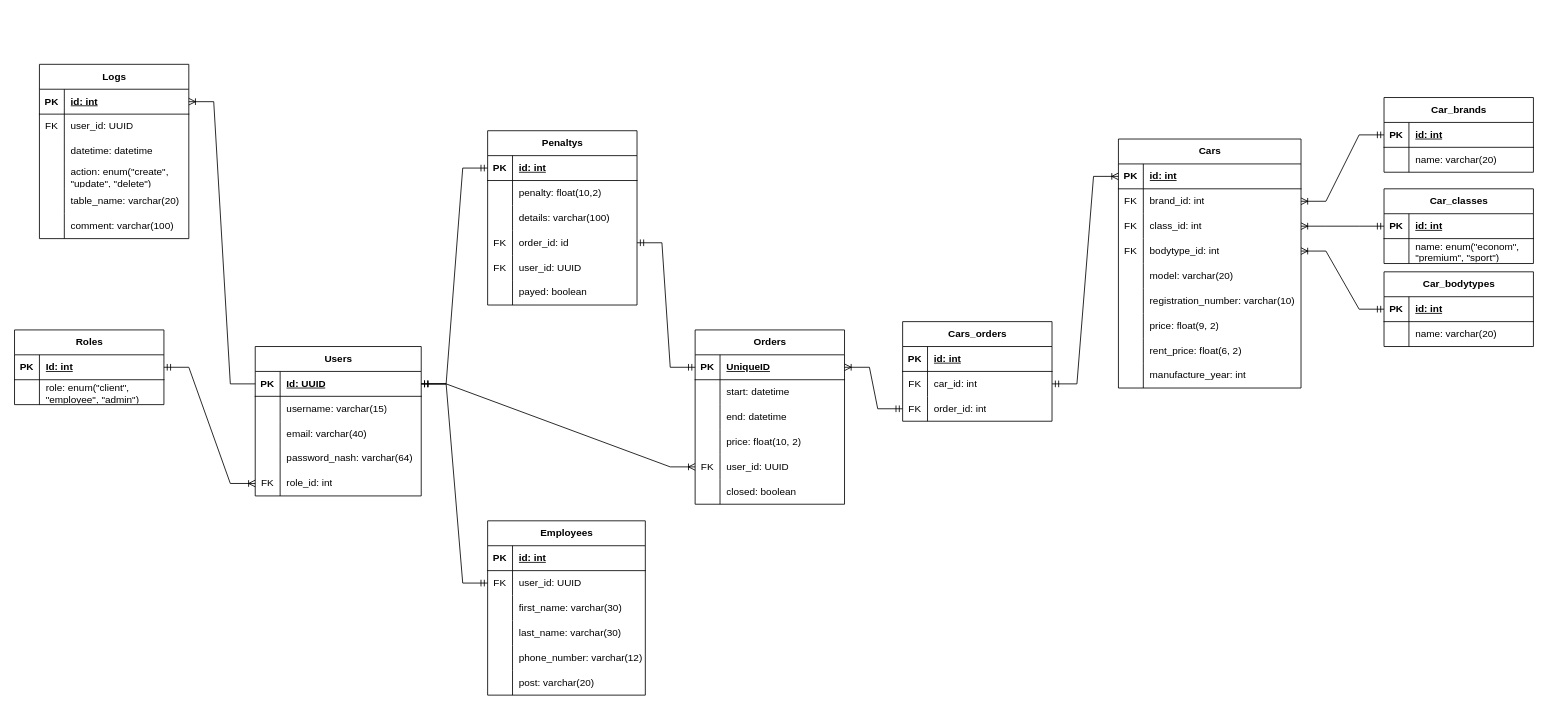
Above: DB.drawio in LoneXDii/DB-labs (draw.io), before the change. Source tidied: cells renumbered, new cells numbered last; positions are measured from the earlier drawing's top-left corner, leaving out a move shared by most shapes. Both pictures are drawn from the tidied source at 83%, with x=0, y=0 at pixel (14, 64).
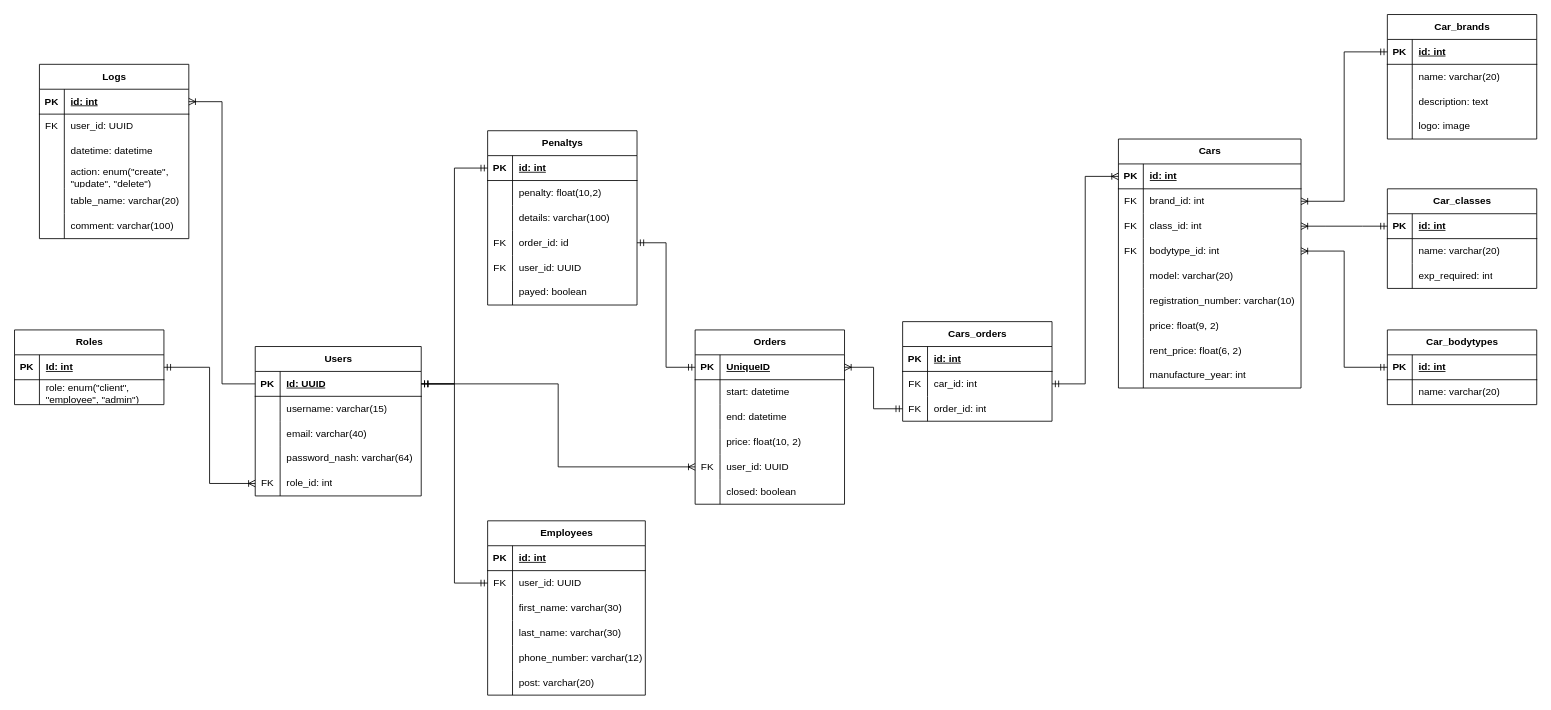
Above is the later version.

Unchanged cells that the change refers to:
```xml
<mxCell id="3" style="shape=tableRow;horizontal=0;startSize=0;swimlaneHead=0;swimlaneBody=0;fillColor=none;points=[[0,0.5],[1,0.5]];portConstraint=eastwest;top=0;left=0;right=0;bottom=1;" parent="2" vertex="1">
  <mxGeometry y="30" width="200" height="30" as="geometry" />
</mxCell>
<mxCell id="15" style="shape=tableRow;horizontal=0;startSize=0;swimlaneHead=0;swimlaneBody=0;fillColor=none;points=[[0,0.5],[1,0.5]];portConstraint=eastwest;top=0;left=0;right=0;bottom=0;" parent="2" vertex="1">
  <mxGeometry y="150" width="200" height="30" as="geometry" />
</mxCell>
<mxCell id="19" style="shape=tableRow;horizontal=0;startSize=0;swimlaneHead=0;swimlaneBody=0;fillColor=none;points=[[0,0.5],[1,0.5]];portConstraint=eastwest;top=0;left=0;right=0;bottom=1;" parent="18" vertex="1">
  <mxGeometry y="30" width="180" height="30" as="geometry" />
</mxCell>
<mxCell id="26" style="shape=tableRow;horizontal=0;startSize=0;swimlaneHead=0;swimlaneBody=0;fillColor=none;points=[[0,0.5],[1,0.5]];portConstraint=eastwest;top=0;left=0;right=0;bottom=1;" parent="25" vertex="1">
  <mxGeometry y="30" width="180" height="30" as="geometry" />
</mxCell>
<mxCell id="48" style="shape=tableRow;horizontal=0;startSize=0;swimlaneHead=0;swimlaneBody=0;fillColor=none;points=[[0,0.5],[1,0.5]];portConstraint=eastwest;top=0;left=0;right=0;bottom=0;" parent="44" vertex="1">
  <mxGeometry y="60" width="190" height="30" as="geometry" />
</mxCell>
<mxCell id="66" style="shape=tableRow;horizontal=0;startSize=0;swimlaneHead=0;swimlaneBody=0;fillColor=none;points=[[0,0.5],[1,0.5]];portConstraint=eastwest;top=0;left=0;right=0;bottom=1;" parent="65" vertex="1">
  <mxGeometry y="30" width="180" height="30" as="geometry" />
</mxCell>
<mxCell id="76" style="shape=tableRow;horizontal=0;startSize=0;swimlaneHead=0;swimlaneBody=0;fillColor=none;top=0;left=0;right=0;bottom=0;" parent="72" vertex="1">
  <mxGeometry y="60" width="180" height="30" as="geometry" />
</mxCell>
<mxCell id="80" style="shape=tableRow;horizontal=0;startSize=0;swimlaneHead=0;swimlaneBody=0;fillColor=none;points=[[0,0.5],[1,0.5]];portConstraint=eastwest;top=0;left=0;right=0;bottom=1;" parent="79" vertex="1">
  <mxGeometry y="30" width="180" height="30" as="geometry" />
</mxCell>
<mxCell id="87" style="shape=tableRow;horizontal=0;startSize=0;swimlaneHead=0;swimlaneBody=0;fillColor=none;points=[[0,0.5],[1,0.5]];portConstraint=eastwest;top=0;left=0;right=0;bottom=1;" parent="86" vertex="1">
  <mxGeometry y="30" width="220" height="30" as="geometry" />
</mxCell>
<mxCell id="90" style="shape=tableRow;horizontal=0;startSize=0;swimlaneHead=0;swimlaneBody=0;fillColor=none;points=[[0,0.5],[1,0.5]];portConstraint=eastwest;top=0;left=0;right=0;bottom=0;" parent="86" vertex="1">
  <mxGeometry y="60" width="220" height="30" as="geometry" />
</mxCell>
<mxCell id="96" style="shape=tableRow;horizontal=0;startSize=0;swimlaneHead=0;swimlaneBody=0;fillColor=none;points=[[0,0.5],[1,0.5]];portConstraint=eastwest;top=0;left=0;right=0;bottom=0;" parent="86" vertex="1">
  <mxGeometry y="120" width="220" height="30" as="geometry" />
</mxCell>
<mxCell id="120" style="shape=tableRow;horizontal=0;startSize=0;swimlaneHead=0;swimlaneBody=0;fillColor=none;points=[[0,0.5],[1,0.5]];portConstraint=eastwest;top=0;left=0;right=0;bottom=0;" parent="116" vertex="1">
  <mxGeometry y="60" width="180" height="30" as="geometry" />
</mxCell>
<mxCell id="123" style="shape=tableRow;horizontal=0;startSize=0;swimlaneHead=0;swimlaneBody=0;fillColor=none;points=[[0,0.5],[1,0.5]];portConstraint=eastwest;top=0;left=0;right=0;bottom=0;" parent="116" vertex="1">
  <mxGeometry y="90" width="180" height="30" as="geometry" />
</mxCell>
<mxCell id="129" style="shape=tableRow;horizontal=0;startSize=0;swimlaneHead=0;swimlaneBody=0;fillColor=none;points=[[0,0.5],[1,0.5]];portConstraint=eastwest;top=0;left=0;right=0;bottom=1;" parent="128" vertex="1">
  <mxGeometry y="30" width="180" height="30" as="geometry" />
</mxCell>
<mxCell id="141" style="shape=tableRow;horizontal=0;startSize=0;swimlaneHead=0;swimlaneBody=0;fillColor=none;points=[[0,0.5],[1,0.5]];portConstraint=eastwest;top=0;left=0;right=0;bottom=0;" parent="128" vertex="1">
  <mxGeometry y="150" width="180" height="30" as="geometry" />
</mxCell>
<mxCell id="151" style="shape=tableRow;horizontal=0;startSize=0;swimlaneHead=0;swimlaneBody=0;fillColor=none;points=[[0,0.5],[1,0.5]];portConstraint=eastwest;top=0;left=0;right=0;bottom=1;" parent="150" vertex="1">
  <mxGeometry y="30" width="180" height="30" as="geometry" />
</mxCell>
<mxCell id="160" style="shape=tableRow;horizontal=0;startSize=0;swimlaneHead=0;swimlaneBody=0;fillColor=none;points=[[0,0.5],[1,0.5]];portConstraint=eastwest;top=0;left=0;right=0;bottom=0;" parent="150" vertex="1">
  <mxGeometry y="120" width="180" height="30" as="geometry" />
</mxCell>
```

The edit, as a diff of the source:
```diff
@@
-    <mxCell id="63" style="edgeStyle=entityRelationEdgeStyle;fontSize=12;html=1;endArrow=ERoneToMany;startArrow=ERmandOne;rounded=0;exitX=1;exitY=0.5;exitDx=0;exitDy=0;entryX=0;entryY=0.5;entryDx=0;entryDy=0;" parent="1" edge="1" source="19" target="15">
+    <mxCell id="63" style="edgeStyle=orthogonalEdgeStyle;fontSize=12;html=1;endArrow=ERoneToMany;startArrow=ERmandOne;rounded=0;exitX=1;exitY=0.5;exitDx=0;exitDy=0;entryX=0;entryY=0.5;entryDx=0;entryDy=0;" parent="1" edge="1" source="19" target="15">
       <mxGeometry relative="1" as="geometry" />
     </mxCell>
-    <mxCell id="64" style="edgeStyle=entityRelationEdgeStyle;fontSize=12;html=1;endArrow=ERmandOne;startArrow=ERmandOne;rounded=0;entryX=0;entryY=0.5;entryDx=0;entryDy=0;exitX=1;exitY=0.5;exitDx=0;exitDy=0;" parent="1" edge="1" source="3" target="48">
+    <mxCell id="64" style="edgeStyle=elbowEdgeStyle;fontSize=12;html=1;endArrow=ERmandOne;startArrow=ERmandOne;rounded=0;entryX=0;entryY=0.5;entryDx=0;entryDy=0;exitX=1;exitY=0.5;exitDx=0;exitDy=0;" parent="1" edge="1" source="3" target="48">
       <mxGeometry relative="1" as="geometry" />
     </mxCell>
     <mxCell id="65" value="Car_brands" style="shape=table;startSize=30;childLayout=tableLayout;rowLines=0;fontStyle=1;align=center;html=1;" parent="1" vertex="1">
-      <mxGeometry x="1650" y="40" width="180" height="90" as="geometry" />
+      <mxGeometry x="1654" y="-60" width="180" height="150" as="geometry" />
     </mxCell>
@@
+    <mxCell id="171" style="shape=tableRow;horizontal=0;startSize=0;swimlaneHead=0;swimlaneBody=0;fillColor=none;top=0;left=0;right=0;bottom=0;" parent="65" vertex="1">
+      <mxGeometry y="90" width="180" height="30" as="geometry" />
+    </mxCell>
+    <mxCell id="172" style="shape=partialRectangle;fillColor=none;top=0;left=0;bottom=0;right=0;overflow=hidden;whiteSpace=wrap;html=1;" parent="171" vertex="1">
+      <mxGeometry width="30" height="30" as="geometry" />
+    </mxCell>
+    <mxCell id="173" value="description: text" style="shape=partialRectangle;fillColor=none;top=0;left=0;bottom=0;right=0;align=left;spacingLeft=6;overflow=hidden;whiteSpace=wrap;html=1;" parent="171" vertex="1">
+      <mxGeometry x="30" width="150" height="30" as="geometry" />
+    </mxCell>
+    <mxCell id="174" style="shape=tableRow;horizontal=0;startSize=0;swimlaneHead=0;swimlaneBody=0;fillColor=none;top=0;left=0;right=0;bottom=0;" parent="65" vertex="1">
+      <mxGeometry y="120" width="180" height="30" as="geometry" />
+    </mxCell>
+    <mxCell id="175" style="shape=partialRectangle;fillColor=none;top=0;left=0;bottom=0;right=0;overflow=hidden;whiteSpace=wrap;html=1;" parent="174" vertex="1">
+      <mxGeometry width="30" height="30" as="geometry" />
+    </mxCell>
+    <mxCell id="176" value="logo: image" style="shape=partialRectangle;fillColor=none;top=0;left=0;bottom=0;right=0;align=left;spacingLeft=6;overflow=hidden;whiteSpace=wrap;html=1;" parent="174" vertex="1">
+      <mxGeometry x="30" width="150" height="30" as="geometry" />
+    </mxCell>
     <mxCell id="72" value="Car_classes" style="shape=table;startSize=30;childLayout=tableLayout;rowLines=0;fontStyle=1;align=center;html=1;" parent="1" vertex="1">
-      <mxGeometry x="1650" y="150" width="180" height="90" as="geometry" />
+      <mxGeometry x="1654" y="150" width="180" height="120" as="geometry" />
     </mxCell>
@@
-    <mxCell id="78" value="name: enum(&quot;econom&quot;, &quot;premium&quot;, &quot;sport&quot;)" style="shape=partialRectangle;fillColor=none;top=0;left=0;bottom=0;right=0;align=left;spacingLeft=6;overflow=hidden;whiteSpace=wrap;html=1;" parent="76" vertex="1">
+    <mxCell id="78" value="name: varchar(20)" style="shape=partialRectangle;fillColor=none;top=0;left=0;bottom=0;right=0;align=left;spacingLeft=6;overflow=hidden;whiteSpace=wrap;html=1;" parent="76" vertex="1">
       <mxGeometry x="30" width="150" height="30" as="geometry" />
     </mxCell>
+    <mxCell id="177" style="shape=tableRow;horizontal=0;startSize=0;swimlaneHead=0;swimlaneBody=0;fillColor=none;top=0;left=0;right=0;bottom=0;" parent="72" vertex="1">
+      <mxGeometry y="90" width="180" height="30" as="geometry" />
+    </mxCell>
+    <mxCell id="178" style="shape=partialRectangle;fillColor=none;top=0;left=0;bottom=0;right=0;overflow=hidden;whiteSpace=wrap;html=1;" parent="177" vertex="1">
+      <mxGeometry width="30" height="30" as="geometry" />
+    </mxCell>
+    <mxCell id="179" value="exp_required: int" style="shape=partialRectangle;fillColor=none;top=0;left=0;bottom=0;right=0;align=left;spacingLeft=6;overflow=hidden;whiteSpace=wrap;html=1;" parent="177" vertex="1">
+      <mxGeometry x="30" width="150" height="30" as="geometry" />
+    </mxCell>
     <mxCell id="79" value="Car_bodytypes" style="shape=table;startSize=30;childLayout=tableLayout;rowLines=0;fontStyle=1;align=center;html=1;" parent="1" vertex="1">
-      <mxGeometry x="1650" y="250" width="180" height="90" as="geometry" />
+      <mxGeometry x="1654" y="320" width="180" height="90" as="geometry" />
     </mxCell>
@@
-    <mxCell id="114" style="edgeStyle=entityRelationEdgeStyle;fontSize=12;html=1;endArrow=ERoneToMany;startArrow=ERmandOne;rounded=0;entryX=1;entryY=0.5;entryDx=0;entryDy=0;exitX=0;exitY=0.5;exitDx=0;exitDy=0;" parent="1" edge="1" source="66" target="90">
+    <mxCell id="114" style="edgeStyle=elbowEdgeStyle;fontSize=12;html=1;endArrow=ERoneToMany;startArrow=ERmandOne;rounded=0;entryX=1;entryY=0.5;entryDx=0;entryDy=0;exitX=0;exitY=0.5;exitDx=0;exitDy=0;" parent="1" edge="1" source="66" target="90">
       <mxGeometry relative="1" as="geometry" />
     </mxCell>
@@
-    <mxCell id="126" style="edgeStyle=entityRelationEdgeStyle;fontSize=12;html=1;endArrow=ERoneToMany;startArrow=ERmandOne;rounded=0;entryX=0;entryY=0.5;entryDx=0;entryDy=0;exitX=1;exitY=0.5;exitDx=0;exitDy=0;" parent="1" edge="1" source="120" target="87">
+    <mxCell id="126" style="edgeStyle=orthogonalEdgeStyle;fontSize=12;html=1;endArrow=ERoneToMany;startArrow=ERmandOne;rounded=0;entryX=0;entryY=0.5;entryDx=0;entryDy=0;exitX=1;exitY=0.5;exitDx=0;exitDy=0;strokeColor=default;" parent="1" edge="1" source="120" target="87">
       <mxGeometry relative="1" as="geometry" />
     </mxCell>
-    <mxCell id="127" style="edgeStyle=entityRelationEdgeStyle;fontSize=12;html=1;endArrow=ERoneToMany;startArrow=ERmandOne;rounded=0;exitX=0;exitY=0.5;exitDx=0;exitDy=0;entryX=1;entryY=0.5;entryDx=0;entryDy=0;" parent="1" edge="1" source="80" target="96">
+    <mxCell id="127" style="edgeStyle=elbowEdgeStyle;fontSize=12;html=1;endArrow=ERoneToMany;startArrow=ERmandOne;rounded=0;exitX=0;exitY=0.5;exitDx=0;exitDy=0;entryX=1;entryY=0.5;entryDx=0;entryDy=0;" parent="1" edge="1" source="80" target="96">
       <mxGeometry relative="1" as="geometry" />
     </mxCell>
@@
-    <mxCell id="147" style="edgeStyle=entityRelationEdgeStyle;fontSize=12;html=1;endArrow=ERoneToMany;startArrow=ERmandOne;rounded=0;entryX=0;entryY=0.5;entryDx=0;entryDy=0;exitX=1;exitY=0.5;exitDx=0;exitDy=0;" parent="1" edge="1" source="3" target="141">
+    <mxCell id="147" style="edgeStyle=orthogonalEdgeStyle;fontSize=12;html=1;endArrow=ERoneToMany;startArrow=ERmandOne;rounded=0;entryX=0;entryY=0.5;entryDx=0;entryDy=0;exitX=1;exitY=0.5;exitDx=0;exitDy=0;" parent="1" edge="1" source="3" target="141">
       <mxGeometry relative="1" as="geometry" />
     </mxCell>
-    <mxCell id="148" style="edgeStyle=entityRelationEdgeStyle;fontSize=12;html=1;endArrow=ERoneToMany;startArrow=ERmandOne;rounded=0;entryX=1;entryY=0.5;entryDx=0;entryDy=0;exitX=0;exitY=0.5;exitDx=0;exitDy=0;" parent="1" edge="1" source="123" target="129">
+    <mxCell id="148" style="edgeStyle=elbowEdgeStyle;fontSize=12;html=1;endArrow=ERoneToMany;startArrow=ERmandOne;rounded=0;entryX=1;entryY=0.5;entryDx=0;entryDy=0;exitX=0;exitY=0.5;exitDx=0;exitDy=0;" parent="1" edge="1" source="123" target="129">
       <mxGeometry relative="1" as="geometry" />
     </mxCell>
-    <mxCell id="149" style="edgeStyle=entityRelationEdgeStyle;fontSize=12;html=1;endArrow=ERoneToMany;rounded=0;exitX=0;exitY=0.5;exitDx=0;exitDy=0;entryX=1;entryY=0.5;entryDx=0;entryDy=0;" parent="1" edge="1" source="3" target="26">
-      <mxGeometry relative="1" as="geometry">
-        <Array as="points">
-          <mxPoint x="430" y="180" />
-          <mxPoint x="430" y="170" />
-        </Array>
-      </mxGeometry>
+    <mxCell id="149" style="edgeStyle=elbowEdgeStyle;fontSize=12;html=1;endArrow=ERoneToMany;rounded=0;exitX=0;exitY=0.5;exitDx=0;exitDy=0;entryX=1;entryY=0.5;entryDx=0;entryDy=0;" parent="1" edge="1" source="3" target="26">
+      <mxGeometry relative="1" as="geometry" />
     </mxCell>
@@
-    <mxCell id="169" style="edgeStyle=entityRelationEdgeStyle;fontSize=12;html=1;endArrow=ERmandOne;startArrow=ERmandOne;rounded=0;exitX=1;exitY=0.5;exitDx=0;exitDy=0;entryX=0;entryY=0.5;entryDx=0;entryDy=0;" parent="1" edge="1" source="160" target="129">
+    <mxCell id="169" style="edgeStyle=orthogonalEdgeStyle;fontSize=12;html=1;endArrow=ERmandOne;startArrow=ERmandOne;rounded=0;exitX=1;exitY=0.5;exitDx=0;exitDy=0;entryX=0;entryY=0.5;entryDx=0;entryDy=0;" parent="1" edge="1" source="160" target="129">
       <mxGeometry relative="1" as="geometry" />
     </mxCell>
-    <mxCell id="170" style="edgeStyle=entityRelationEdgeStyle;fontSize=12;html=1;endArrow=ERmandOne;startArrow=ERmandOne;rounded=0;exitX=0;exitY=0.5;exitDx=0;exitDy=0;entryX=1;entryY=0.5;entryDx=0;entryDy=0;" parent="1" edge="1" source="151" target="3">
+    <mxCell id="170" style="edgeStyle=elbowEdgeStyle;fontSize=12;html=1;endArrow=ERmandOne;startArrow=ERmandOne;rounded=0;exitX=0;exitY=0.5;exitDx=0;exitDy=0;entryX=1;entryY=0.5;entryDx=0;entryDy=0;" parent="1" edge="1" source="151" target="3">
       <mxGeometry relative="1" as="geometry" />
     </mxCell>
```
